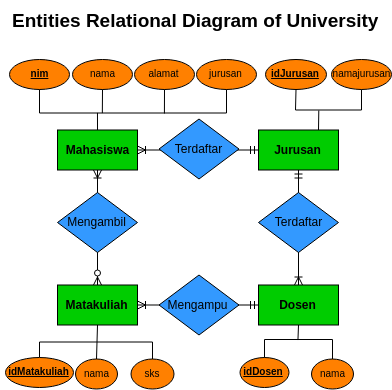
Earlier version of the draw.io export ERD-university.png (RofiSyahrul/ch-rubicamp). Source tidied: cells renumbered, new cells last; positions are measured from the earlier drawing's top-left corner, leaving out a move shared by most shapes.
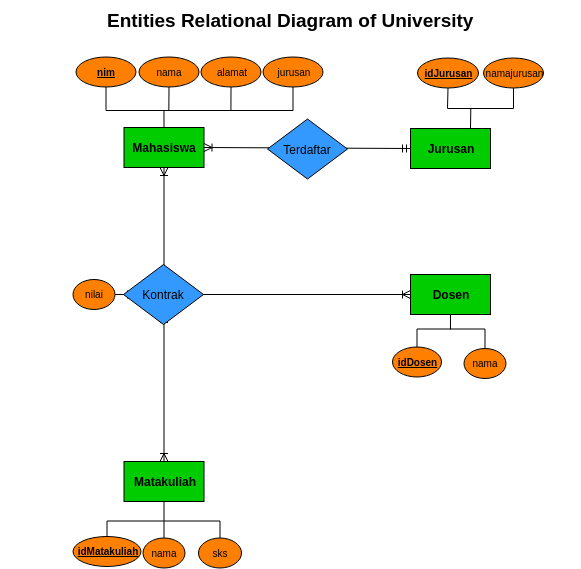
Later version of the same file.

Change to the diagram source:
```diff
@@ -2,62 +2,60 @@
   <root>
     <mxCell id="0" />
     <mxCell id="1" parent="0" />
+    <mxCell id="44" style="fontSize=12;html=1;endArrow=ERoneToMany;startArrow=ERmandOne;strokeColor=#000000;elbow=vertical;entryX=0.5;entryY=0;entryDx=0;entryDy=0;exitX=0.5;exitY=1;exitDx=0;exitDy=0;strokeWidth=1;" parent="1" edge="1" target="12">
+      <mxGeometry relative="1" as="geometry">
+        <mxPoint x="168.5" y="122" as="sourcePoint" />
+      </mxGeometry>
+    </mxCell>
+    <mxCell id="45" style="fontSize=12;html=1;endArrow=ERoneToMany;startArrow=ERmandOne;strokeColor=#000000;elbow=vertical;entryX=0;entryY=0.5;entryDx=0;entryDy=0;exitX=0;exitY=0.5;exitDx=0;exitDy=0;strokeWidth=1;" parent="1" edge="1" source="13" target="11">
+      <mxGeometry relative="1" as="geometry" />
+    </mxCell>
+    <mxCell id="46" style="fontSize=12;html=1;endArrow=ERoneToMany;startArrow=ERmandOne;strokeColor=#000000;elbow=vertical;entryX=0.5;entryY=1;entryDx=0;entryDy=0;exitX=0.5;exitY=0;exitDx=0;exitDy=0;strokeWidth=1;" parent="1" edge="1" target="7">
+      <mxGeometry relative="1" as="geometry">
+        <mxPoint x="168.5" y="85" as="sourcePoint" />
+      </mxGeometry>
+    </mxCell>
     <mxCell id="2" style="fontSize=12;html=1;endArrow=ERoneToMany;startArrow=ERmandOne;strokeColor=#000000;elbow=vertical;entryX=1;entryY=0.5;entryDx=0;entryDy=0;exitX=0;exitY=0.5;exitDx=0;exitDy=0;strokeWidth=1;" parent="1" edge="1" source="9" target="7">
       <mxGeometry relative="1" as="geometry" />
     </mxCell>
-    <mxCell id="3" style="fontSize=12;html=1;endArrow=ERoneToMany;startArrow=ERmandOne;strokeColor=#000000;elbow=vertical;strokeWidth=1;exitX=0;exitY=0.5;exitDx=0;exitDy=0;entryX=1;entryY=0.5;entryDx=0;entryDy=0;" parent="1" edge="1" source="11" target="12">
-      <mxGeometry relative="1" as="geometry" />
-    </mxCell>
-    <mxCell id="4" style="fontSize=12;html=1;endArrow=ERoneToMany;startArrow=ERmandOne;strokeColor=#000000;elbow=vertical;entryX=0.5;entryY=0;entryDx=0;entryDy=0;exitX=0.5;exitY=1;exitDx=0;exitDy=0;strokeWidth=1;" parent="1" edge="1" source="9" target="11">
-      <mxGeometry relative="1" as="geometry" />
-    </mxCell>
-    <mxCell id="5" style="fontSize=12;html=1;endArrow=ERoneToMany;startArrow=ERzeroToMany;strokeColor=#000000;strokeWidth=1;entryX=0.5;entryY=1;entryDx=0;entryDy=0;" parent="1" edge="1" source="12" target="7">
-      <mxGeometry relative="1" as="geometry" />
-    </mxCell>
     <mxCell id="6" style="rounded=0;jettySize=auto;html=1;exitX=0.5;exitY=0;exitDx=0;exitDy=0;entryX=0.31;entryY=0.474;entryDx=0;entryDy=0;entryPerimeter=0;fontSize=10;endArrow=none;endFill=0;" parent="1" edge="1" source="7" target="25">
       <mxGeometry relative="1" as="geometry" />
     </mxCell>
     <mxCell id="7" value="Mahasiswa" style="rounded=0;whiteSpace=wrap;html=1;fillColor=#00CC00;strokeColor=#000000;fontStyle=1;imageWidth=24;imageHeight=24;shadow=0;comic=0;glass=0;" parent="1" vertex="1">
-      <mxGeometry x="57" y="129.5" width="80" height="40" as="geometry" />
+      <mxGeometry x="128.5" y="-65" width="80" height="40" as="geometry" />
     </mxCell>
     <mxCell id="8" style="edgeStyle=none;rounded=0;jettySize=auto;html=1;exitX=0.75;exitY=0;exitDx=0;exitDy=0;entryX=0.353;entryY=0.593;entryDx=0;entryDy=0;entryPerimeter=0;endArrow=none;endFill=0;fontSize=10;" parent="1" edge="1" source="9" target="36">
       <mxGeometry relative="1" as="geometry" />
     </mxCell>
     <mxCell id="9" value="Jurusan" style="rounded=0;whiteSpace=wrap;html=1;fillColor=#00CC00;strokeColor=#000000;fontStyle=1;imageWidth=24;imageHeight=24;shadow=0;comic=0;glass=0;" parent="1" vertex="1">
-      <mxGeometry x="258" y="129.5" width="80" height="40" as="geometry" />
+      <mxGeometry x="415" y="-64" width="80" height="40" as="geometry" />
     </mxCell>
     <mxCell id="10" style="edgeStyle=none;rounded=0;jettySize=auto;html=1;exitX=0.5;exitY=1;exitDx=0;exitDy=0;entryX=0.492;entryY=0.608;entryDx=0;entryDy=0;entryPerimeter=0;endArrow=none;endFill=0;fontSize=10;" parent="1" edge="1" source="11" target="41">
       <mxGeometry relative="1" as="geometry" />
     </mxCell>
     <mxCell id="11" value="Dosen" style="rounded=0;whiteSpace=wrap;html=1;fillColor=#00CC00;strokeColor=#000000;fontStyle=1;imageWidth=24;imageHeight=24;shadow=0;comic=0;glass=0;" parent="1" vertex="1">
-      <mxGeometry x="258" y="284.5" width="80" height="40" as="geometry" />
+      <mxGeometry x="415" y="82" width="80" height="40" as="geometry" />
     </mxCell>
     <mxCell id="12" value="Matakuliah" style="rounded=0;whiteSpace=wrap;html=1;fillColor=#00CC00;strokeColor=#000000;fontStyle=1;imageWidth=24;imageHeight=24;shadow=0;comic=0;glass=0;" parent="1" vertex="1">
-      <mxGeometry x="57" y="284.5" width="80" height="40" as="geometry" />
+      <mxGeometry x="128.5" y="269" width="80" height="40" as="geometry" />
     </mxCell>
-    <mxCell id="13" value="Mengambil" style="rhombus;whiteSpace=wrap;html=1;rounded=0;shadow=0;glass=0;comic=0;strokeColor=#000000;fillColor=#3399FF;" parent="1" vertex="1">
-      <mxGeometry x="57" y="192" width="80" height="60" as="geometry" />
+    <mxCell id="13" value="Kontrak" style="rhombus;whiteSpace=wrap;html=1;rounded=0;shadow=0;glass=0;comic=0;strokeColor=#000000;fillColor=#3399FF;" parent="1" vertex="1">
+      <mxGeometry x="128" y="72" width="80" height="60" as="geometry" />
     </mxCell>
-    <mxCell id="14" value="Mengampu" style="rhombus;whiteSpace=wrap;html=1;rounded=0;shadow=0;glass=0;comic=0;strokeColor=#000000;fillColor=#3399FF;" parent="1" vertex="1">
-      <mxGeometry x="158.5" y="274.5" width="80" height="60" as="geometry" />
-    </mxCell>
-    <mxCell id="15" value="Terdaftar" style="rhombus;whiteSpace=wrap;html=1;rounded=0;shadow=0;glass=0;comic=0;strokeColor=#000000;fillColor=#3399FF;" parent="1" vertex="1">
-      <mxGeometry x="258" y="192" width="80" height="60" as="geometry" />
-    </mxCell>
     <mxCell id="16" value="Terdaftar" style="rhombus;whiteSpace=wrap;html=1;rounded=0;shadow=0;glass=0;comic=0;strokeColor=#000000;fillColor=#3399FF;" parent="1" vertex="1">
-      <mxGeometry x="158.5" y="118.5" width="80" height="60" as="geometry" />
+      <mxGeometry x="272" y="-73.5" width="80" height="60" as="geometry" />
     </mxCell>
     <mxCell id="17" value="&lt;u&gt;nim&lt;/u&gt;" style="ellipse;whiteSpace=wrap;html=1;fillColor=#FF8000;fontSize=10;fontStyle=1;" parent="1" vertex="1">
-      <mxGeometry x="9" y="59" width="60" height="30" as="geometry" />
+      <mxGeometry x="80.5" y="-135.5" width="60" height="30" as="geometry" />
     </mxCell>
     <mxCell id="18" value="&lt;span&gt;nama&lt;/span&gt;" style="ellipse;whiteSpace=wrap;html=1;fillColor=#FF8000;fontSize=10;fontStyle=0;" parent="1" vertex="1">
-      <mxGeometry x="72" y="59" width="60" height="30" as="geometry" />
+      <mxGeometry x="143.5" y="-135.5" width="60" height="30" as="geometry" />
     </mxCell>
     <mxCell id="19" value="&lt;span&gt;alamat&lt;/span&gt;" style="ellipse;whiteSpace=wrap;html=1;fillColor=#FF8000;fontSize=10;fontStyle=0;" parent="1" vertex="1">
-      <mxGeometry x="134" y="59" width="60" height="30" as="geometry" />
+      <mxGeometry x="205.5" y="-135.5" width="60" height="30" as="geometry" />
     </mxCell>
     <mxCell id="20" value="&lt;span&gt;jurusan&lt;/span&gt;" style="ellipse;whiteSpace=wrap;html=1;fillColor=#FF8000;fontSize=10;fontStyle=0;" parent="1" vertex="1">
-      <mxGeometry x="196" y="59" width="60" height="30" as="geometry" />
+      <mxGeometry x="267.5" y="-135.5" width="60" height="30" as="geometry" />
     </mxCell>
     <mxCell id="21" style="edgeStyle=none;rounded=0;jettySize=auto;html=1;exitX=0.668;exitY=0.6;exitDx=0;exitDy=0;exitPerimeter=0;entryX=0.5;entryY=1;entryDx=0;entryDy=0;fontSize=10;endArrow=none;endFill=0;" parent="1" edge="1" source="25" target="19">
       <mxGeometry relative="1" as="geometry" />
@@ -72,7 +70,7 @@
       <mxGeometry relative="1" as="geometry" />
     </mxCell>
     <mxCell id="25" style="line;strokeWidth=1;html=1;fillColor=#FF8000;fontSize=10;" parent="1" vertex="1">
-      <mxGeometry x="39" y="110" width="187" height="5" as="geometry" />
+      <mxGeometry x="110.5" y="-84.5" width="187" height="5" as="geometry" />
     </mxCell>
     <mxCell id="26" style="edgeStyle=none;rounded=0;jettySize=auto;html=1;exitX=1;exitY=0.5;exitDx=0;exitDy=0;exitPerimeter=0;entryX=0.5;entryY=0;entryDx=0;entryDy=0;endArrow=none;endFill=0;fontSize=10;" parent="1" edge="1" source="28" target="32">
       <mxGeometry relative="1" as="geometry" />
@@ -81,22 +79,22 @@
       <mxGeometry relative="1" as="geometry" />
     </mxCell>
     <mxCell id="28" style="line;strokeWidth=1;html=1;fillColor=#FF8000;fontSize=10;" parent="1" vertex="1">
-      <mxGeometry x="39" y="339" width="113" height="5" as="geometry" />
+      <mxGeometry x="111.5" y="326" width="113" height="5" as="geometry" />
     </mxCell>
     <mxCell id="29" value="&lt;span&gt;idJurusan&lt;/span&gt;" style="ellipse;whiteSpace=wrap;html=1;fillColor=#FF8000;fontSize=10;fontStyle=5;" parent="1" vertex="1">
-      <mxGeometry x="265" y="59" width="61" height="30" as="geometry" />
+      <mxGeometry x="422" y="-134.5" width="61" height="30" as="geometry" />
     </mxCell>
     <mxCell id="30" value="&lt;u&gt;idDosen&lt;/u&gt;" style="ellipse;whiteSpace=wrap;html=1;fillColor=#FF8000;fontSize=10;fontStyle=1;" parent="1" vertex="1">
-      <mxGeometry x="239.5" y="357" width="49" height="30" as="geometry" />
+      <mxGeometry x="397" y="154.5" width="49" height="30" as="geometry" />
     </mxCell>
     <mxCell id="31" value="&lt;u&gt;idMatakuliah&lt;br&gt;&lt;/u&gt;" style="ellipse;whiteSpace=wrap;html=1;fillColor=#FF8000;fontSize=10;fontStyle=1;" parent="1" vertex="1">
-      <mxGeometry x="5" y="357" width="68" height="30" as="geometry" />
+      <mxGeometry x="77.5" y="344" width="68" height="30" as="geometry" />
     </mxCell>
     <mxCell id="32" value="&lt;span&gt;sks&lt;/span&gt;" style="ellipse;whiteSpace=wrap;html=1;fillColor=#FF8000;fontSize=10;fontStyle=0;" parent="1" vertex="1">
-      <mxGeometry x="130.5" y="358.5" width="43" height="30" as="geometry" />
+      <mxGeometry x="203" y="345.5" width="43" height="30" as="geometry" />
     </mxCell>
     <mxCell id="33" value="&lt;span&gt;namajurusan&lt;/span&gt;" style="ellipse;whiteSpace=wrap;html=1;fillColor=#FF8000;fontSize=10;fontStyle=0;" parent="1" vertex="1">
-      <mxGeometry x="331" y="59" width="60" height="30" as="geometry" />
+      <mxGeometry x="488" y="-134.5" width="60" height="30" as="geometry" />
     </mxCell>
     <mxCell id="34" style="edgeStyle=none;rounded=0;jettySize=auto;html=1;exitX=1;exitY=0.5;exitDx=0;exitDy=0;exitPerimeter=0;entryX=0.5;entryY=1;entryDx=0;entryDy=0;endArrow=none;endFill=0;fontSize=10;" parent="1" edge="1" source="36" target="33">
       <mxGeometry relative="1" as="geometry" />
@@ -105,13 +103,13 @@
       <mxGeometry relative="1" as="geometry" />
     </mxCell>
     <mxCell id="36" style="line;strokeWidth=1;html=1;fillColor=#FF8000;fontSize=10;" parent="1" vertex="1">
-      <mxGeometry x="295" y="107" width="66" height="5" as="geometry" />
+      <mxGeometry x="452" y="-86.5" width="66" height="5" as="geometry" />
     </mxCell>
     <mxCell id="37" style="edgeStyle=none;rounded=0;jettySize=auto;html=1;exitX=0.5;exitY=0;exitDx=0;exitDy=0;endArrow=none;endFill=0;fontSize=10;entryX=0.5;entryY=1;entryDx=0;entryDy=0;" parent="1" edge="1" source="38" target="12">
       <mxGeometry relative="1" as="geometry" />
     </mxCell>
     <mxCell id="38" value="&lt;span&gt;nama&lt;/span&gt;" style="ellipse;whiteSpace=wrap;html=1;fillColor=#FF8000;fontSize=10;fontStyle=0;" parent="1" vertex="1">
-      <mxGeometry x="75" y="358.5" width="42" height="30" as="geometry" />
+      <mxGeometry x="147.5" y="345.5" width="42" height="30" as="geometry" />
     </mxCell>
     <mxCell id="39" style="edgeStyle=none;rounded=0;jettySize=auto;html=1;exitX=0;exitY=0.5;exitDx=0;exitDy=0;exitPerimeter=0;endArrow=none;endFill=0;fontSize=10;entryX=0.5;entryY=0;entryDx=0;entryDy=0;" parent="1" edge="1" source="41" target="30">
       <mxGeometry relative="1" as="geometry" />
@@ -120,13 +118,19 @@
       <mxGeometry relative="1" as="geometry" />
     </mxCell>
     <mxCell id="41" style="line;strokeWidth=1;html=1;fillColor=#FF8000;fontSize=10;" parent="1" vertex="1">
-      <mxGeometry x="264" y="336.5" width="68" height="5" as="geometry" />
+      <mxGeometry x="421.5" y="134" width="68" height="5" as="geometry" />
     </mxCell>
     <mxCell id="42" value="&lt;span&gt;nama&lt;/span&gt;" style="ellipse;whiteSpace=wrap;html=1;fillColor=#FF8000;fontSize=10;fontStyle=0;" parent="1" vertex="1">
-      <mxGeometry x="311" y="358.5" width="42" height="30" as="geometry" />
+      <mxGeometry x="468.5" y="156" width="42" height="30" as="geometry" />
     </mxCell>
     <mxCell id="43" value="Entities Relational Diagram of University" style="text;strokeColor=none;fillColor=none;html=1;fontSize=19;fontStyle=1;verticalAlign=middle;align=center;" parent="1" vertex="1">
-      <mxGeometry x="0.5" width="389" height="40" as="geometry" />
+      <mxGeometry x="5" y="-192" width="580" height="40" as="geometry" />
     </mxCell>
+    <mxCell id="47" value="&lt;span&gt;nilai&lt;/span&gt;" style="ellipse;whiteSpace=wrap;html=1;fillColor=#FF8000;fontSize=10;fontStyle=0;" parent="1" vertex="1">
+      <mxGeometry x="77.5" y="87" width="42" height="30" as="geometry" />
+    </mxCell>
+    <mxCell id="48" style="edgeStyle=none;rounded=0;jettySize=auto;html=1;entryX=0;entryY=0.5;entryDx=0;entryDy=0;fontSize=10;endArrow=none;endFill=0;exitX=1;exitY=0.5;exitDx=0;exitDy=0;" parent="1" edge="1" source="47" target="13">
+      <mxGeometry relative="1" as="geometry" />
+    </mxCell>
   </root>
 </mxGraphModel>
```
